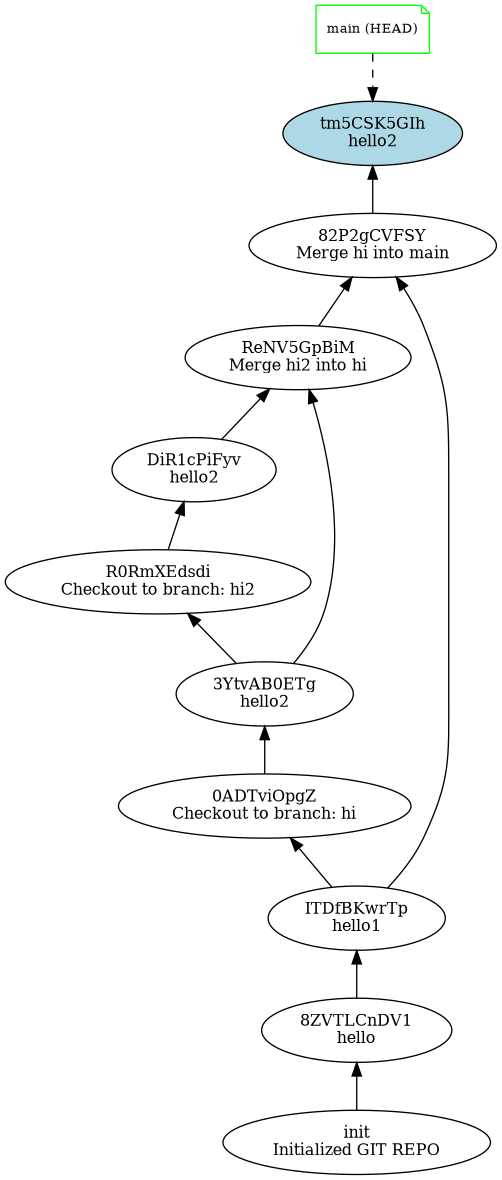
This is git.png from Gogul11/GIT-Simulator, a Graphviz export, as it was before one commit. Its source is kept beside it as git.dot.
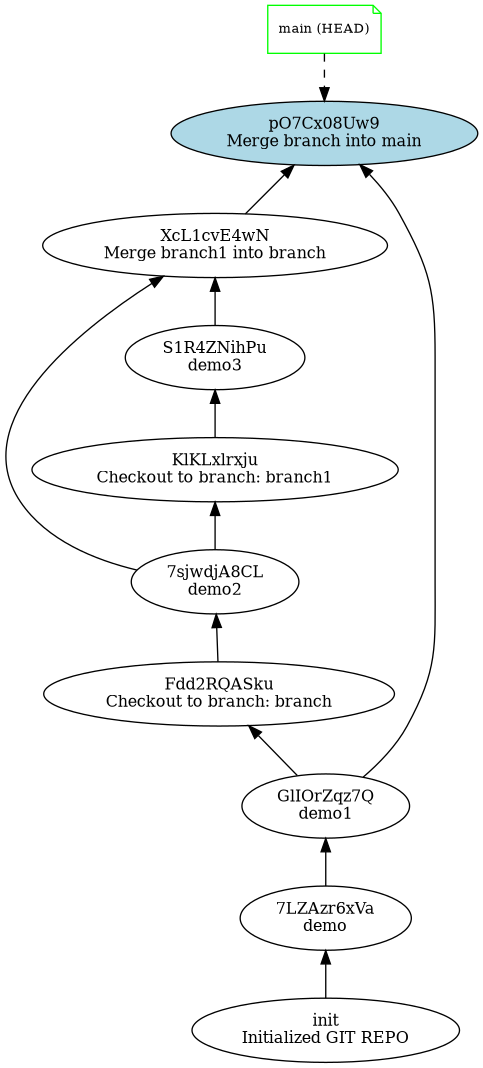
The same diagram one commit later.

The edit, as a diff of the source:
```diff
@@ -1,26 +1,24 @@
 digraph GitGraph {
   rankdir=TB;
-  "82P2gCVFSY" [label="82P2gCVFSY\nMerge hi into main", shape=ellipse, fontsize=12];
-  "ReNV5GpBiM" [label="ReNV5GpBiM\nMerge hi2 into hi", shape=ellipse, fontsize=12];
-  "DiR1cPiFyv" [label="DiR1cPiFyv\nhello2", shape=ellipse, fontsize=12];
-  "R0RmXEdsdi" [label="R0RmXEdsdi\nCheckout to branch: hi2", shape=ellipse, fontsize=12];
-  "3YtvAB0ETg" [label="3YtvAB0ETg\nhello2", shape=ellipse, fontsize=12];
-  "0ADTviOpgZ" [label="0ADTviOpgZ\nCheckout to branch: hi", shape=ellipse, fontsize=12];
-  "ITDfBKwrTp" [label="ITDfBKwrTp\nhello1", shape=ellipse, fontsize=12];
-  "8ZVTLCnDV1" [label="8ZVTLCnDV1\nhello", shape=ellipse, fontsize=12];
-  "tm5CSK5GIh" [label="tm5CSK5GIh\nhello2", shape=ellipse, fontsize=12, style=filled, fillcolor=lightblue];
+  "pO7Cx08Uw9" [label="pO7Cx08Uw9\nMerge branch into main", shape=ellipse, fontsize=12, style=filled, fillcolor=lightblue];
+  "XcL1cvE4wN" [label="XcL1cvE4wN\nMerge branch1 into branch", shape=ellipse, fontsize=12];
+  "7sjwdjA8CL" [label="7sjwdjA8CL\ndemo2", shape=ellipse, fontsize=12];
+  "Fdd2RQASku" [label="Fdd2RQASku\nCheckout to branch: branch", shape=ellipse, fontsize=12];
+  "S1R4ZNihPu" [label="S1R4ZNihPu\ndemo3", shape=ellipse, fontsize=12];
+  "GlIOrZqz7Q" [label="GlIOrZqz7Q\ndemo1", shape=ellipse, fontsize=12];
+  "7LZAzr6xVa" [label="7LZAzr6xVa\ndemo", shape=ellipse, fontsize=12];
+  "KlKLxlrxju" [label="KlKLxlrxju\nCheckout to branch: branch1", shape=ellipse, fontsize=12];
   "init" [label="init\nInitialized GIT REPO", shape=ellipse, fontsize=12];
-  "82P2gCVFSY" -> "ITDfBKwrTp" [dir=back];
-  "82P2gCVFSY" -> "ReNV5GpBiM" [dir=back];
-  "ReNV5GpBiM" -> "3YtvAB0ETg" [dir=back];
-  "ReNV5GpBiM" -> "DiR1cPiFyv" [dir=back];
-  "DiR1cPiFyv" -> "R0RmXEdsdi" [dir=back];
-  "R0RmXEdsdi" -> "3YtvAB0ETg" [dir=back];
-  "3YtvAB0ETg" -> "0ADTviOpgZ" [dir=back];
-  "0ADTviOpgZ" -> "ITDfBKwrTp" [dir=back];
-  "ITDfBKwrTp" -> "8ZVTLCnDV1" [dir=back];
-  "8ZVTLCnDV1" -> "init" [dir=back];
-  "tm5CSK5GIh" -> "82P2gCVFSY" [dir=back];
+  "pO7Cx08Uw9" -> "GlIOrZqz7Q" [dir=back];
+  "pO7Cx08Uw9" -> "XcL1cvE4wN" [dir=back];
+  "XcL1cvE4wN" -> "7sjwdjA8CL" [dir=back];
+  "XcL1cvE4wN" -> "S1R4ZNihPu" [dir=back];
+  "7sjwdjA8CL" -> "Fdd2RQASku" [dir=back];
+  "Fdd2RQASku" -> "GlIOrZqz7Q" [dir=back];
+  "S1R4ZNihPu" -> "KlKLxlrxju" [dir=back];
+  "GlIOrZqz7Q" -> "7LZAzr6xVa" [dir=back];
+  "7LZAzr6xVa" -> "init" [dir=back];
+  "KlKLxlrxju" -> "7sjwdjA8CL" [dir=back];
   "branch_main" [label="main (HEAD)", shape=note, fontsize=10, color=green];
-  "branch_main" -> "tm5CSK5GIh" [style=dashed];
+  "branch_main" -> "pO7Cx08Uw9" [style=dashed];
 }
```
